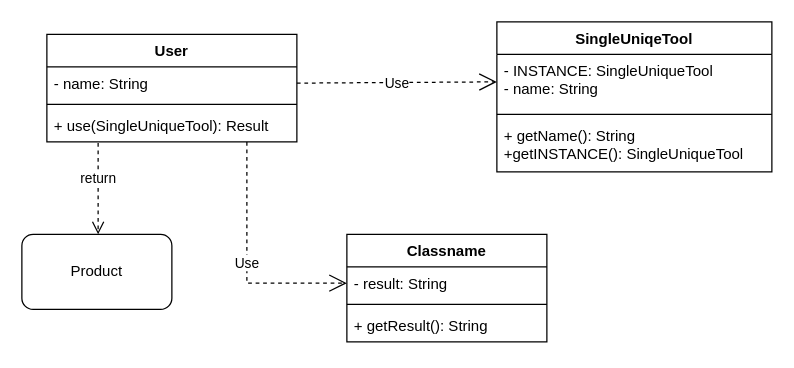
Earlier version of the draw.io diagram src/creation/singletone/singletone.drawio (SichniyAndriy/Avada_Task-5_Patterns). Source tidied: cells renumbered, new cells numbered last; positions are measured from the earlier drawing's top-left corner, leaving out a move shared by most shapes. Both pictures are drawn from the tidied source at 125%, with x=0, y=0 at pixel (21, 21).
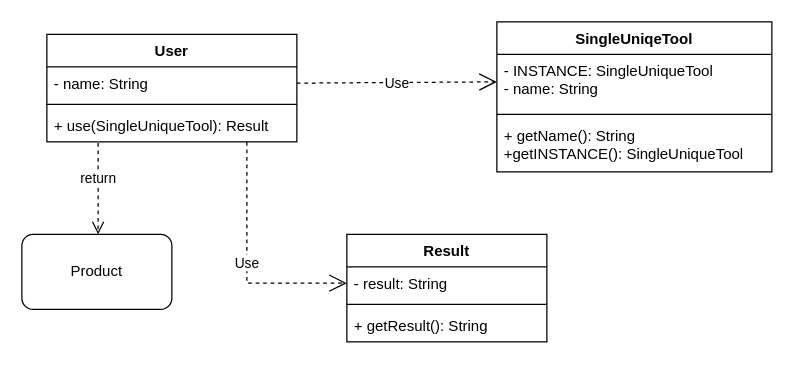
The same diagram, later.

Commit message (it also covers changes not shown here):
add fix in Result and User

Change to the diagram source:
```diff
@@
 <mxGraphModel>
   <root>
     <mxCell id="0" />
     <mxCell id="1" parent="0" />
     <mxCell id="2" value="User" style="swimlane;fontStyle=1;align=center;verticalAlign=top;horizontal=1;startSize=26;" parent="1" vertex="1">
       <mxGeometry x="20" y="10" width="200" height="86" as="geometry" />
     </mxCell>
     <mxCell id="3" value="- name: String" style="text;strokeColor=none;fillColor=none;align=left;verticalAlign=top;spacingLeft=4;spacingRight=4;overflow=hidden;points=[[0,0.5],[1,0.5]];portConstraint=eastwest;" parent="2" vertex="1">
       <mxGeometry y="26" width="200" height="26" as="geometry" />
     </mxCell>
     <mxCell id="4" style="line;strokeWidth=1;fillColor=none;align=left;verticalAlign=middle;spacingTop=-1;spacingLeft=3;spacingRight=3;labelPosition=right;strokeColor=inherit;" parent="2" vertex="1">
       <mxGeometry y="52" width="200" height="8" as="geometry" />
     </mxCell>
     <mxCell id="5" value="+ use(SingleUniqueTool): Result" style="text;strokeColor=none;fillColor=none;align=left;verticalAlign=top;spacingLeft=4;spacingRight=4;overflow=hidden;points=[[0,0.5],[1,0.5]];portConstraint=eastwest;" parent="2" vertex="1">
       <mxGeometry y="60" width="200" height="26" as="geometry" />
     </mxCell>
-    <mxCell id="6" value="Classname" style="swimlane;fontStyle=1;align=center;verticalAlign=top;horizontal=1;startSize=26;" parent="1" vertex="1">
+    <mxCell id="6" value="Result" style="swimlane;fontStyle=1;align=center;verticalAlign=top;horizontal=1;startSize=26;" parent="1" vertex="1">
       <mxGeometry x="260" y="170" width="160" height="86" as="geometry" />
     </mxCell>
     <mxCell id="7" value="- result: String" style="text;strokeColor=none;fillColor=none;align=left;verticalAlign=top;spacingLeft=4;spacingRight=4;overflow=hidden;points=[[0,0.5],[1,0.5]];portConstraint=eastwest;" parent="6" vertex="1">
       <mxGeometry y="26" width="160" height="26" as="geometry" />
     </mxCell>
     <mxCell id="8" style="line;strokeWidth=1;fillColor=none;align=left;verticalAlign=middle;spacingTop=-1;spacingLeft=3;spacingRight=3;labelPosition=right;strokeColor=inherit;" parent="6" vertex="1">
       <mxGeometry y="52" width="160" height="8" as="geometry" />
     </mxCell>
     <mxCell id="9" value="+ getResult(): String" style="text;strokeColor=none;fillColor=none;align=left;verticalAlign=top;spacingLeft=4;spacingRight=4;overflow=hidden;" parent="6" vertex="1">
       <mxGeometry y="60" width="160" height="26" as="geometry" />
     </mxCell>
     <mxCell id="10" value="SingleUniqeTool" style="swimlane;fontStyle=1;align=center;verticalAlign=top;horizontal=1;startSize=26;" parent="1" vertex="1">
       <mxGeometry x="380" width="220" height="120" as="geometry" />
     </mxCell>
     <mxCell id="11" value="- INSTANCE: SingleUniqueTool&#10;- name: String" style="text;strokeColor=none;fillColor=none;align=left;verticalAlign=top;spacingLeft=4;spacingRight=4;overflow=hidden;points=[[0,0.5],[1,0.5]];portConstraint=eastwest;" parent="10" vertex="1">
       <mxGeometry y="26" width="220" height="44" as="geometry" />
     </mxCell>
     <mxCell id="12" style="line;strokeWidth=1;fillColor=none;align=left;verticalAlign=middle;spacingTop=-1;spacingLeft=3;spacingRight=3;labelPosition=right;strokeColor=inherit;" parent="10" vertex="1">
       <mxGeometry y="70" width="220" height="8" as="geometry" />
     </mxCell>
     <mxCell id="13" value="+ getName(): String&#10;+getINSTANCE(): SingleUniqueTool" style="text;strokeColor=none;fillColor=none;align=left;verticalAlign=top;spacingLeft=4;spacingRight=4;overflow=hidden;" parent="10" vertex="1">
       <mxGeometry y="78" width="220" height="42" as="geometry" />
     </mxCell>
     <mxCell id="14" value="Use" style="endArrow=open;endSize=12;dashed=1;html=1;rounded=0;exitX=1;exitY=0.5;exitDx=0;exitDy=0;entryX=0;entryY=0.5;entryDx=0;entryDy=0;" parent="1" edge="1" source="3" target="11">
       <mxGeometry relative="1" as="geometry" />
     </mxCell>
     <mxCell id="15" value="Use" style="endArrow=open;endSize=12;dashed=1;html=1;rounded=0;exitX=0.8;exitY=1;exitDx=0;exitDy=0;exitPerimeter=0;entryX=0;entryY=0.5;entryDx=0;entryDy=0;" parent="1" edge="1" source="5" target="7">
       <mxGeometry relative="1" as="geometry">
         <Array as="points">
           <mxPoint x="180" y="209" />
         </Array>
       </mxGeometry>
     </mxCell>
     <mxCell id="16" value="return" style="html=1;verticalAlign=bottom;endArrow=open;dashed=1;endSize=8;rounded=0;exitX=0.205;exitY=1.038;exitDx=0;exitDy=0;exitPerimeter=0;" parent="1" edge="1" source="5">
       <mxGeometry relative="1" as="geometry">
         <mxPoint x="61" y="170" as="targetPoint" />
       </mxGeometry>
     </mxCell>
     <mxCell id="17" value="Product" style="rounded=1;whiteSpace=wrap;html=1;" parent="1" vertex="1">
       <mxGeometry y="170" width="120" height="60" as="geometry" />
     </mxCell>
   </root>
 </mxGraphModel>
```
